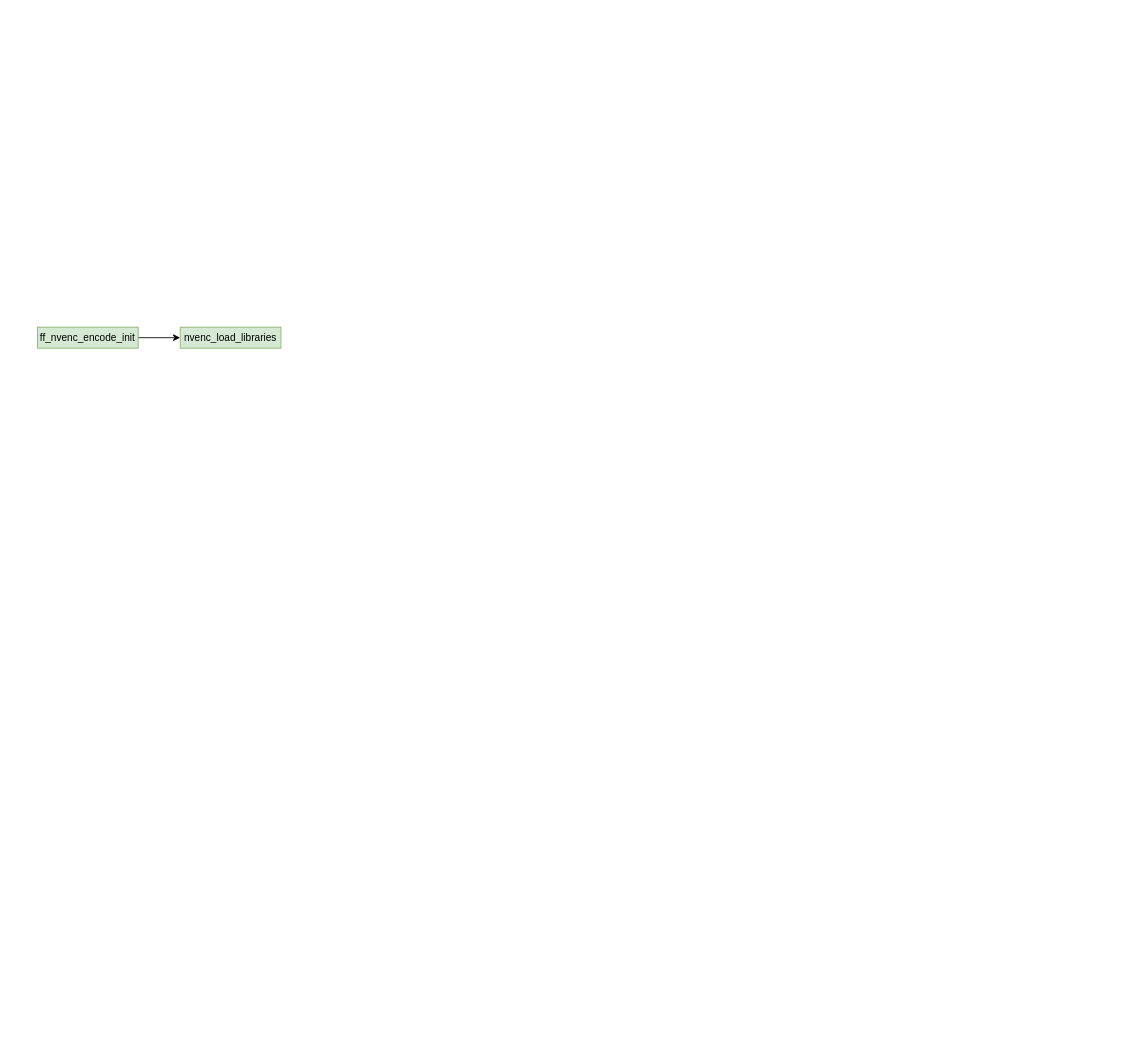
Above: page "ffmpeg_nvidia" (1 of 2) of ffmpeg_sample/ffmpeg.drawio in DiffenYu/mediasample (draw.io), before the change. Source tidied: cells renumbered, new cells numbered last; positions are measured from the earlier drawing's top-left corner, leaving out a move shared by most shapes. Both pictures are drawn from the tidied source at 84%, with x=0, y=0 at pixel (37, 327).
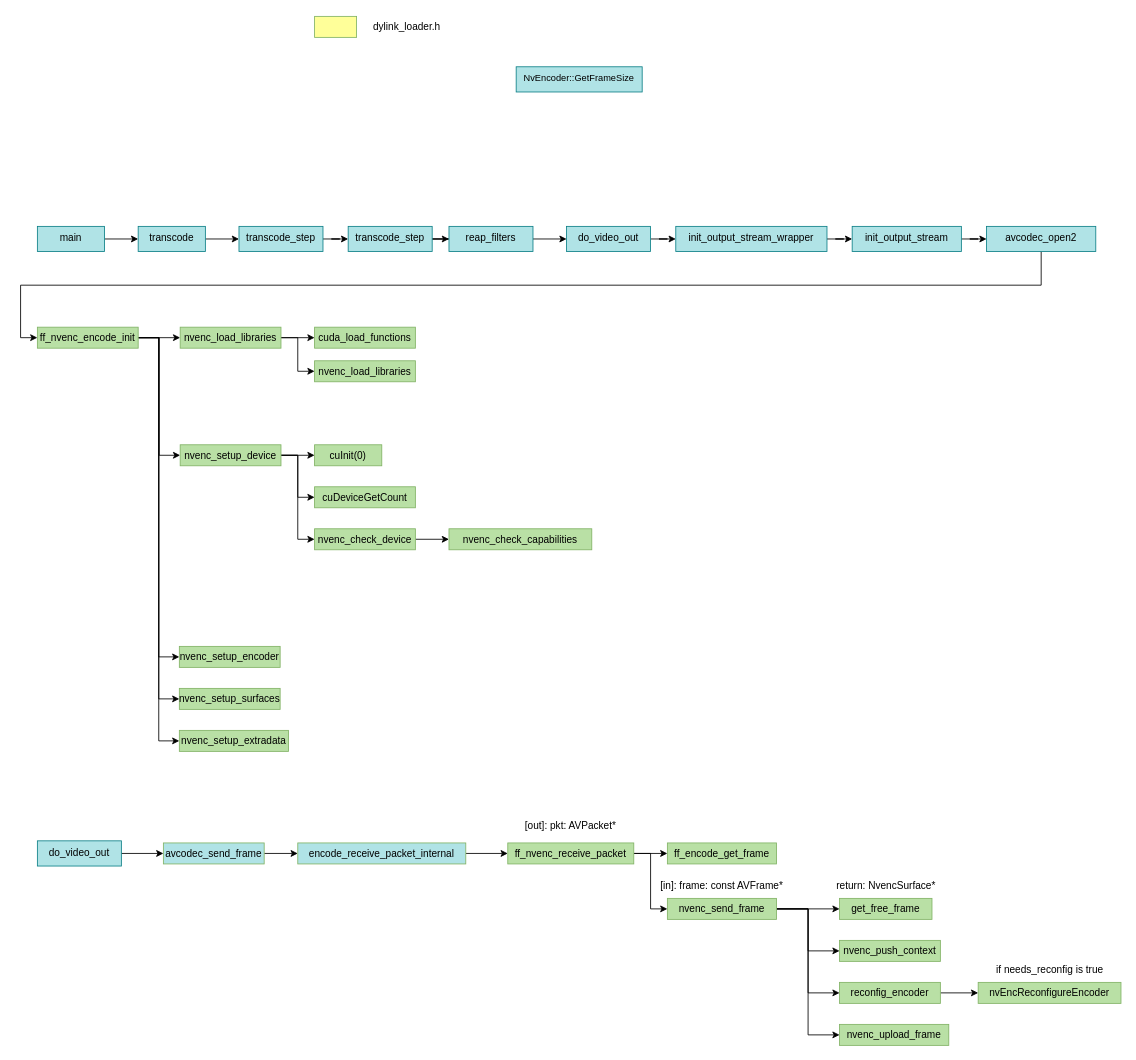
After the change.

Diff of the diagram source:
```diff
@@
+    <mxCell id="5" style="edgeStyle=orthogonalEdgeStyle;rounded=0;jettySize=auto;html=1;entryX=0;entryY=0.5;entryDx=0;entryDy=0;" parent="1" edge="1" source="3" target="37">
+      <mxGeometry relative="1" as="geometry" />
+    </mxCell>
+    <mxCell id="6" style="edgeStyle=orthogonalEdgeStyle;rounded=0;jettySize=auto;html=1;entryX=0;entryY=0.5;entryDx=0;entryDy=0;" parent="1" edge="1" source="3" target="38">
+      <mxGeometry relative="1" as="geometry" />
+    </mxCell>
+    <mxCell id="7" style="edgeStyle=orthogonalEdgeStyle;rounded=0;jettySize=auto;html=1;entryX=0;entryY=0.5;entryDx=0;entryDy=0;" parent="1" edge="1" source="3" target="39">
+      <mxGeometry relative="1" as="geometry" />
+    </mxCell>
+    <mxCell id="8" style="edgeStyle=orthogonalEdgeStyle;rounded=0;jettySize=auto;html=1;entryX=0;entryY=0.5;entryDx=0;entryDy=0;" parent="1" edge="1" source="3" target="40">
+      <mxGeometry relative="1" as="geometry" />
+    </mxCell>
-    <mxCell id="3" value="ff_nvenc_encode_init" style="rounded=0;whiteSpace=wrap;html=1;fillColor=#d5e8d4;strokeColor=#82b366;" parent="1" vertex="1">
+    <mxCell id="3" value="ff_nvenc_encode_init" style="rounded=0;whiteSpace=wrap;html=1;fillColor=#B9E0A5;strokeColor=#82b366;" parent="1" vertex="1">
       <mxGeometry width="120" height="25" as="geometry" />
     </mxCell>
+    <mxCell id="9" style="edgeStyle=orthogonalEdgeStyle;rounded=0;jettySize=auto;html=1;" parent="1" edge="1" source="4" target="32">
+      <mxGeometry relative="1" as="geometry" />
+    </mxCell>
+    <mxCell id="10" style="edgeStyle=orthogonalEdgeStyle;rounded=0;jettySize=auto;html=1;entryX=0;entryY=0.5;entryDx=0;entryDy=0;" parent="1" edge="1" source="4" target="33">
+      <mxGeometry relative="1" as="geometry" />
+    </mxCell>
-    <mxCell id="4" value="nvenc_load_libraries" style="rounded=0;whiteSpace=wrap;html=1;fillColor=#d5e8d4;strokeColor=#82b366;" parent="1" vertex="1">
+    <mxCell id="4" value="nvenc_load_libraries" style="rounded=0;whiteSpace=wrap;html=1;fillColor=#B9E0A5;strokeColor=#82b366;" parent="1" vertex="1">
       <mxGeometry x="170" width="120" height="25" as="geometry" />
     </mxCell>
+    <mxCell id="11" style="rounded=0;whiteSpace=wrap;html=1;fillColor=#FFFF99;strokeColor=#82b366;" parent="1" vertex="1">
+      <mxGeometry x="330" y="-370" width="50" height="25" as="geometry" />
+    </mxCell>
+    <mxCell id="12" value="dylink_loader.h" style="text;html=1;strokeColor=none;fillColor=none;align=center;verticalAlign=middle;whiteSpace=wrap;rounded=0;" parent="1" vertex="1">
+      <mxGeometry x="390" y="-372.5" width="100" height="30" as="geometry" />
+    </mxCell>
+    <mxCell id="13" value="NvEncoder::GetFrameSize" style="text;whiteSpace=wrap;html=1;fontSize=11;fontFamily=Helvetica;fontColor=default;align=center;fillColor=#b0e3e6;strokeColor=#0e8088;" parent="1" vertex="1">
+      <mxGeometry x="570" y="-310" width="150" height="30" as="geometry" />
+    </mxCell>
+    <mxCell id="14" style="edgeStyle=orthogonalEdgeStyle;rounded=0;jettySize=auto;html=1;" parent="1" edge="1" source="15" target="17">
+      <mxGeometry relative="1" as="geometry" />
+    </mxCell>
+    <mxCell id="15" value="main" style="text;whiteSpace=wrap;html=1;fontSize=12;fontFamily=Helvetica;fontColor=default;align=center;fillColor=#b0e3e6;strokeColor=#0e8088;" parent="1" vertex="1">
+      <mxGeometry y="-120" width="80" height="30" as="geometry" />
+    </mxCell>
+    <mxCell id="16" style="edgeStyle=orthogonalEdgeStyle;rounded=0;jettySize=auto;html=1;" parent="1" edge="1" source="17" target="19">
+      <mxGeometry relative="1" as="geometry" />
+    </mxCell>
+    <mxCell id="17" value="transcode" style="text;whiteSpace=wrap;html=1;fontSize=12;fontFamily=Helvetica;fontColor=default;align=center;fillColor=#b0e3e6;strokeColor=#0e8088;" parent="1" vertex="1">
+      <mxGeometry x="120" y="-120" width="80" height="30" as="geometry" />
+    </mxCell>
+    <mxCell id="18" style="edgeStyle=orthogonalEdgeStyle;rounded=0;jettySize=auto;html=1;" parent="1" edge="1" source="19" target="21">
+      <mxGeometry relative="1" as="geometry" />
+    </mxCell>
+    <mxCell id="19" value="transcode_step" style="text;whiteSpace=wrap;html=1;fontSize=12;fontFamily=Helvetica;fontColor=default;align=center;fillColor=#b0e3e6;strokeColor=#0e8088;" parent="1" vertex="1">
+      <mxGeometry x="240" y="-120" width="100" height="30" as="geometry" />
+    </mxCell>
+    <mxCell id="20" style="edgeStyle=orthogonalEdgeStyle;rounded=0;jettySize=auto;html=1;" parent="1" edge="1" source="21" target="23">
+      <mxGeometry relative="1" as="geometry" />
+    </mxCell>
+    <mxCell id="21" value="transcode_step" style="text;whiteSpace=wrap;html=1;fontSize=12;fontFamily=Helvetica;fontColor=default;align=center;fillColor=#b0e3e6;strokeColor=#0e8088;" parent="1" vertex="1">
+      <mxGeometry x="370" y="-120" width="100" height="30" as="geometry" />
+    </mxCell>
+    <mxCell id="22" style="edgeStyle=orthogonalEdgeStyle;rounded=0;jettySize=auto;html=1;" parent="1" edge="1" source="23" target="25">
+      <mxGeometry relative="1" as="geometry" />
+    </mxCell>
+    <mxCell id="23" value="reap_filters" style="text;whiteSpace=wrap;html=1;fontSize=12;fontFamily=Helvetica;fontColor=default;align=center;fillColor=#b0e3e6;strokeColor=#0e8088;" parent="1" vertex="1">
+      <mxGeometry x="490" y="-120" width="100" height="30" as="geometry" />
+    </mxCell>
+    <mxCell id="24" style="edgeStyle=orthogonalEdgeStyle;rounded=0;jettySize=auto;html=1;" parent="1" edge="1" source="25" target="27">
+      <mxGeometry relative="1" as="geometry" />
+    </mxCell>
+    <mxCell id="25" value="do_video_out" style="text;whiteSpace=wrap;html=1;fontSize=12;fontFamily=Helvetica;fontColor=default;align=center;fillColor=#b0e3e6;strokeColor=#0e8088;" parent="1" vertex="1">
+      <mxGeometry x="630" y="-120" width="100" height="30" as="geometry" />
+    </mxCell>
+    <mxCell id="26" style="edgeStyle=orthogonalEdgeStyle;rounded=0;jettySize=auto;html=1;" parent="1" edge="1" source="27" target="29">
+      <mxGeometry relative="1" as="geometry" />
+    </mxCell>
+    <mxCell id="27" value="init_output_stream_wrapper" style="text;whiteSpace=wrap;html=1;fontSize=12;fontFamily=Helvetica;fontColor=default;align=center;fillColor=#b0e3e6;strokeColor=#0e8088;" parent="1" vertex="1">
+      <mxGeometry x="760" y="-120" width="180" height="30" as="geometry" />
+    </mxCell>
+    <mxCell id="28" style="edgeStyle=orthogonalEdgeStyle;rounded=0;jettySize=auto;html=1;" parent="1" edge="1" source="29" target="31">
+      <mxGeometry relative="1" as="geometry" />
+    </mxCell>
+    <mxCell id="29" value="init_output_stream" style="text;whiteSpace=wrap;html=1;fontSize=12;fontFamily=Helvetica;fontColor=default;align=center;fillColor=#b0e3e6;strokeColor=#0e8088;" parent="1" vertex="1">
+      <mxGeometry x="970" y="-120" width="130" height="30" as="geometry" />
+    </mxCell>
+    <mxCell id="30" style="edgeStyle=orthogonalEdgeStyle;rounded=0;jettySize=auto;html=1;entryX=0;entryY=0.5;entryDx=0;entryDy=0;" parent="1" edge="1" source="31" target="3">
+      <mxGeometry relative="1" as="geometry">
+        <Array as="points">
+          <mxPoint x="1195" y="-50" />
+          <mxPoint x="-20" y="-50" />
+          <mxPoint x="-20" y="13" />
+        </Array>
+      </mxGeometry>
+    </mxCell>
+    <mxCell id="31" value="avcodec_open2" style="text;whiteSpace=wrap;html=1;fontSize=12;fontFamily=Helvetica;fontColor=default;align=center;fillColor=#b0e3e6;strokeColor=#0e8088;" parent="1" vertex="1">
+      <mxGeometry x="1130" y="-120" width="130" height="30" as="geometry" />
+    </mxCell>
+    <mxCell id="32" value="cuda_load_functions" style="rounded=0;whiteSpace=wrap;html=1;fillColor=#B9E0A5;strokeColor=#82b366;" parent="1" vertex="1">
+      <mxGeometry x="330" width="120" height="25" as="geometry" />
+    </mxCell>
+    <mxCell id="33" value="nvenc_load_libraries" style="rounded=0;whiteSpace=wrap;html=1;fillColor=#B9E0A5;strokeColor=#82b366;" parent="1" vertex="1">
+      <mxGeometry x="330" y="40" width="120" height="25" as="geometry" />
+    </mxCell>
+    <mxCell id="34" style="edgeStyle=orthogonalEdgeStyle;rounded=0;jettySize=auto;html=1;" parent="1" edge="1" source="37" target="41">
+      <mxGeometry relative="1" as="geometry" />
+    </mxCell>
+    <mxCell id="35" style="edgeStyle=orthogonalEdgeStyle;rounded=0;jettySize=auto;html=1;entryX=0;entryY=0.5;entryDx=0;entryDy=0;" parent="1" edge="1" source="37" target="42">
+      <mxGeometry relative="1" as="geometry" />
+    </mxCell>
+    <mxCell id="36" style="edgeStyle=orthogonalEdgeStyle;rounded=0;jettySize=auto;html=1;entryX=0;entryY=0.5;entryDx=0;entryDy=0;" parent="1" edge="1" source="37" target="44">
+      <mxGeometry relative="1" as="geometry" />
+    </mxCell>
+    <mxCell id="37" value="nvenc_setup_device" style="rounded=0;whiteSpace=wrap;html=1;fillColor=#B9E0A5;strokeColor=#82b366;" parent="1" vertex="1">
+      <mxGeometry x="170" y="140" width="120" height="25" as="geometry" />
+    </mxCell>
+    <mxCell id="38" value="nvenc_setup_encoder" style="rounded=0;whiteSpace=wrap;html=1;fillColor=#B9E0A5;strokeColor=#82b366;" parent="1" vertex="1">
+      <mxGeometry x="169" y="380" width="120" height="25" as="geometry" />
+    </mxCell>
+    <mxCell id="39" value="nvenc_setup_surfaces" style="rounded=0;whiteSpace=wrap;html=1;fillColor=#B9E0A5;strokeColor=#82b366;" parent="1" vertex="1">
+      <mxGeometry x="169" y="430" width="120" height="25" as="geometry" />
+    </mxCell>
+    <mxCell id="40" value="nvenc_setup_extradata" style="rounded=0;whiteSpace=wrap;html=1;fillColor=#B9E0A5;strokeColor=#82b366;" parent="1" vertex="1">
+      <mxGeometry x="169" y="480" width="130" height="25" as="geometry" />
+    </mxCell>
+    <mxCell id="41" value="cuInit(0)" style="rounded=0;whiteSpace=wrap;html=1;fillColor=#B9E0A5;strokeColor=#82b366;" parent="1" vertex="1">
+      <mxGeometry x="330" y="140" width="80" height="25" as="geometry" />
+    </mxCell>
+    <mxCell id="42" value="cuDeviceGetCount" style="rounded=0;whiteSpace=wrap;html=1;fillColor=#B9E0A5;strokeColor=#82b366;" parent="1" vertex="1">
+      <mxGeometry x="330" y="190" width="120" height="25" as="geometry" />
+    </mxCell>
+    <mxCell id="43" style="edgeStyle=orthogonalEdgeStyle;rounded=0;jettySize=auto;html=1;entryX=0;entryY=0.5;entryDx=0;entryDy=0;" parent="1" edge="1" source="44" target="45">
+      <mxGeometry relative="1" as="geometry" />
+    </mxCell>
+    <mxCell id="44" value="nvenc_check_device" style="rounded=0;whiteSpace=wrap;html=1;fillColor=#B9E0A5;strokeColor=#82b366;" parent="1" vertex="1">
+      <mxGeometry x="330" y="240" width="120" height="25" as="geometry" />
+    </mxCell>
+    <mxCell id="45" value="nvenc_check_capabilities" style="rounded=0;whiteSpace=wrap;html=1;fillColor=#B9E0A5;strokeColor=#82b366;" parent="1" vertex="1">
+      <mxGeometry x="490" y="240" width="170" height="25" as="geometry" />
+    </mxCell>
+    <mxCell id="46" value="nvEncReconfigureEncoder" style="rounded=0;whiteSpace=wrap;html=1;fillColor=#B9E0A5;strokeColor=#82b366;" parent="1" vertex="1">
+      <mxGeometry x="1120" y="780" width="170" height="25" as="geometry" />
+    </mxCell>
+    <mxCell id="47" style="edgeStyle=orthogonalEdgeStyle;rounded=0;jettySize=auto;html=1;entryX=0;entryY=0.5;entryDx=0;entryDy=0;" parent="1" edge="1" source="48" target="52">
+      <mxGeometry relative="1" as="geometry" />
+    </mxCell>
+    <mxCell id="48" value="avcodec_send_frame" style="rounded=0;whiteSpace=wrap;html=1;fillColor=#B0E3E6;strokeColor=#82b366;" parent="1" vertex="1">
+      <mxGeometry x="150" y="614" width="120" height="25" as="geometry" />
+    </mxCell>
+    <mxCell id="49" style="edgeStyle=orthogonalEdgeStyle;rounded=0;jettySize=auto;html=1;entryX=0;entryY=0.5;entryDx=0;entryDy=0;" parent="1" edge="1" source="50" target="48">
+      <mxGeometry relative="1" as="geometry" />
+    </mxCell>
+    <mxCell id="50" value="do_video_out" style="text;whiteSpace=wrap;html=1;fontSize=12;fontFamily=Helvetica;fontColor=default;align=center;fillColor=#b0e3e6;strokeColor=#0e8088;" parent="1" vertex="1">
+      <mxGeometry y="611.5" width="100" height="30" as="geometry" />
+    </mxCell>
+    <mxCell id="51" style="edgeStyle=orthogonalEdgeStyle;rounded=0;jettySize=auto;html=1;" parent="1" edge="1" source="52" target="55">
+      <mxGeometry relative="1" as="geometry" />
+    </mxCell>
+    <mxCell id="52" value="encode_receive_packet_internal" style="rounded=0;whiteSpace=wrap;html=1;fillColor=#B0E3E6;strokeColor=#82b366;" parent="1" vertex="1">
+      <mxGeometry x="310" y="614" width="200" height="25" as="geometry" />
+    </mxCell>
+    <mxCell id="53" style="edgeStyle=orthogonalEdgeStyle;rounded=0;jettySize=auto;html=1;" parent="1" edge="1" source="55" target="57">
+      <mxGeometry relative="1" as="geometry" />
+    </mxCell>
+    <mxCell id="54" style="edgeStyle=orthogonalEdgeStyle;rounded=0;jettySize=auto;html=1;exitX=1;exitY=0.5;exitDx=0;exitDy=0;entryX=0;entryY=0.5;entryDx=0;entryDy=0;" parent="1" edge="1" source="55" target="62">
+      <mxGeometry relative="1" as="geometry" />
+    </mxCell>
+    <mxCell id="55" value="ff_nvenc_receive_packet" style="rounded=0;whiteSpace=wrap;html=1;fillColor=#B9E0A5;strokeColor=#82b366;" parent="1" vertex="1">
+      <mxGeometry x="560" y="614" width="150" height="25" as="geometry" />
+    </mxCell>
+    <mxCell id="56" value="[out]: pkt: AVPacket*" style="text;html=1;strokeColor=none;fillColor=none;align=center;verticalAlign=middle;whiteSpace=wrap;rounded=0;" parent="1" vertex="1">
+      <mxGeometry x="575" y="579" width="120" height="30" as="geometry" />
+    </mxCell>
+    <mxCell id="57" value="ff_encode_get_frame" style="rounded=0;whiteSpace=wrap;html=1;fillColor=#B9E0A5;strokeColor=#82b366;" parent="1" vertex="1">
+      <mxGeometry x="750" y="614" width="130" height="25" as="geometry" />
+    </mxCell>
+    <mxCell id="58" style="edgeStyle=orthogonalEdgeStyle;rounded=0;jettySize=auto;html=1;" parent="1" edge="1" source="62" target="64">
+      <mxGeometry relative="1" as="geometry" />
+    </mxCell>
+    <mxCell id="59" style="edgeStyle=orthogonalEdgeStyle;rounded=0;jettySize=auto;html=1;entryX=0;entryY=0.5;entryDx=0;entryDy=0;" parent="1" edge="1" source="62" target="66">
+      <mxGeometry relative="1" as="geometry" />
+    </mxCell>
+    <mxCell id="60" style="edgeStyle=orthogonalEdgeStyle;rounded=0;jettySize=auto;html=1;entryX=0;entryY=0.5;entryDx=0;entryDy=0;" parent="1" edge="1" source="62" target="68">
+      <mxGeometry relative="1" as="geometry" />
+    </mxCell>
+    <mxCell id="61" style="edgeStyle=orthogonalEdgeStyle;rounded=0;jettySize=auto;html=1;entryX=0;entryY=0.5;entryDx=0;entryDy=0;" parent="1" edge="1" source="62" target="70">
+      <mxGeometry relative="1" as="geometry" />
+    </mxCell>
+    <mxCell id="62" value="nvenc_send_frame" style="rounded=0;whiteSpace=wrap;html=1;fillColor=#B9E0A5;strokeColor=#82b366;" parent="1" vertex="1">
+      <mxGeometry x="750" y="680" width="130" height="25" as="geometry" />
+    </mxCell>
+    <mxCell id="63" value="[in]: frame: const AVFrame*" style="text;html=1;strokeColor=none;fillColor=none;align=center;verticalAlign=middle;whiteSpace=wrap;rounded=0;" parent="1" vertex="1">
+      <mxGeometry x="735" y="650" width="160" height="30" as="geometry" />
+    </mxCell>
+    <mxCell id="64" value="get_free_frame" style="rounded=0;whiteSpace=wrap;html=1;fillColor=#B9E0A5;strokeColor=#82b366;" parent="1" vertex="1">
+      <mxGeometry x="955" y="680" width="110" height="25" as="geometry" />
+    </mxCell>
+    <mxCell id="65" value="return: NvencSurface*" style="text;html=1;align=center;verticalAlign=middle;strokeColor=none;fillColor=none;" parent="1" vertex="1">
+      <mxGeometry x="940" y="650" width="140" height="30" as="geometry" />
+    </mxCell>
+    <mxCell id="66" value="nvenc_push_context" style="rounded=0;whiteSpace=wrap;html=1;fillColor=#B9E0A5;strokeColor=#82b366;" parent="1" vertex="1">
+      <mxGeometry x="955" y="730" width="120" height="25" as="geometry" />
+    </mxCell>
+    <mxCell id="67" style="edgeStyle=orthogonalEdgeStyle;rounded=0;jettySize=auto;html=1;entryX=0;entryY=0.5;entryDx=0;entryDy=0;" parent="1" edge="1" source="68" target="46">
+      <mxGeometry relative="1" as="geometry" />
+    </mxCell>
+    <mxCell id="68" value="reconfig_encoder" style="rounded=0;whiteSpace=wrap;html=1;fillColor=#B9E0A5;strokeColor=#82b366;" parent="1" vertex="1">
+      <mxGeometry x="955" y="780" width="120" height="25" as="geometry" />
+    </mxCell>
+    <mxCell id="69" value="if needs_reconfig is true" style="text;html=1;strokeColor=none;fillColor=none;align=center;verticalAlign=middle;whiteSpace=wrap;rounded=0;" parent="1" vertex="1">
+      <mxGeometry x="1132.5" y="750" width="145" height="30" as="geometry" />
+    </mxCell>
+    <mxCell id="70" value="nvenc_upload_frame" style="rounded=0;whiteSpace=wrap;html=1;fillColor=#B9E0A5;strokeColor=#82b366;" parent="1" vertex="1">
+      <mxGeometry x="955" y="830" width="130" height="25" as="geometry" />
+    </mxCell>
```
